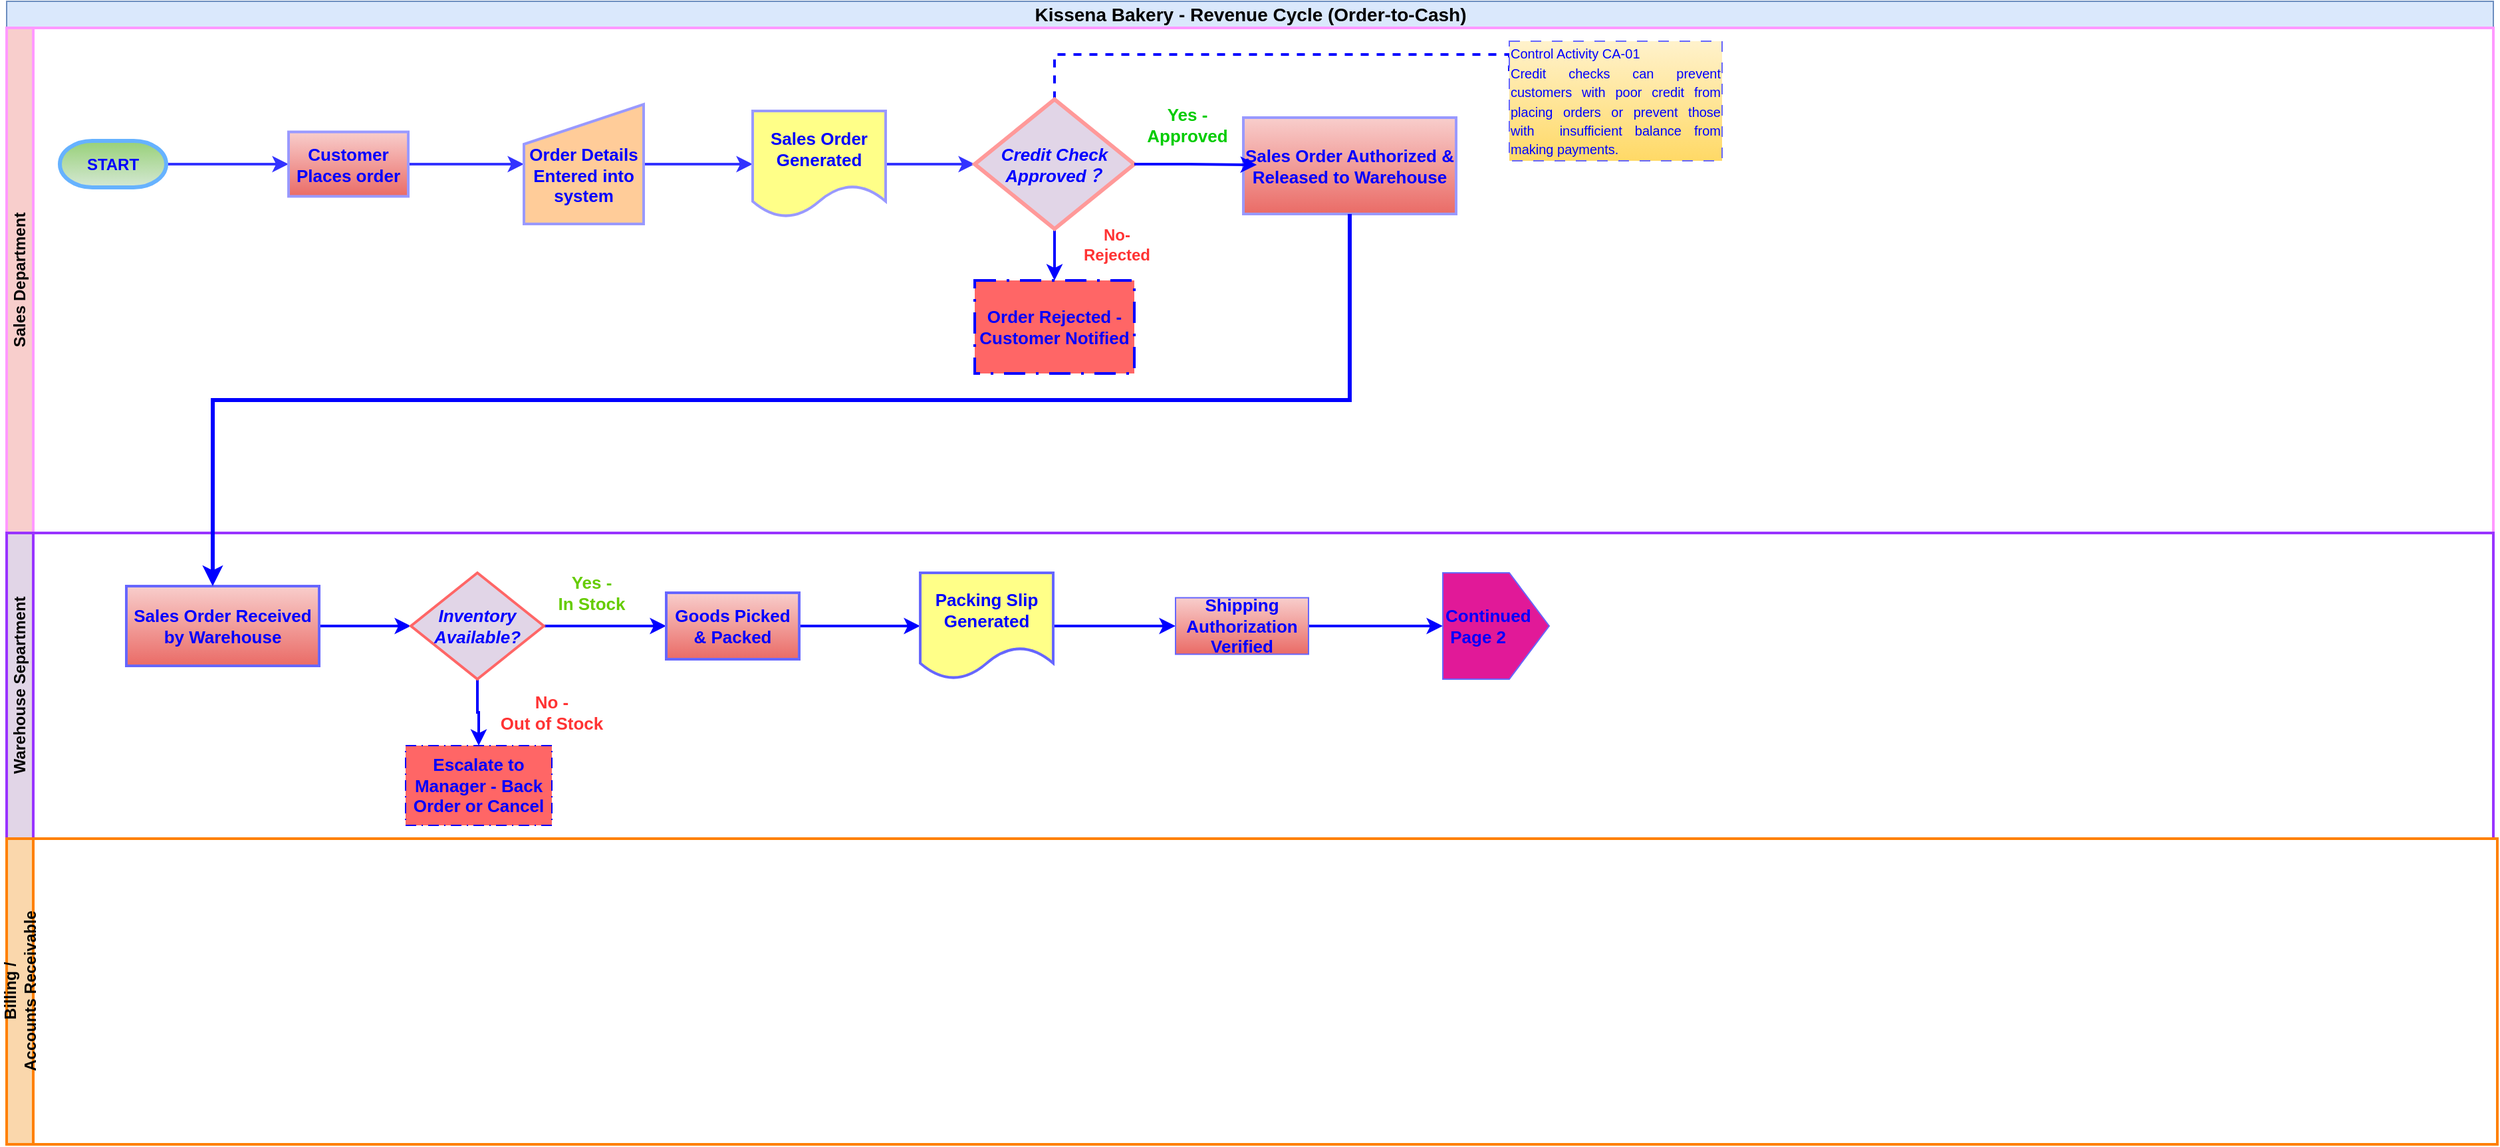
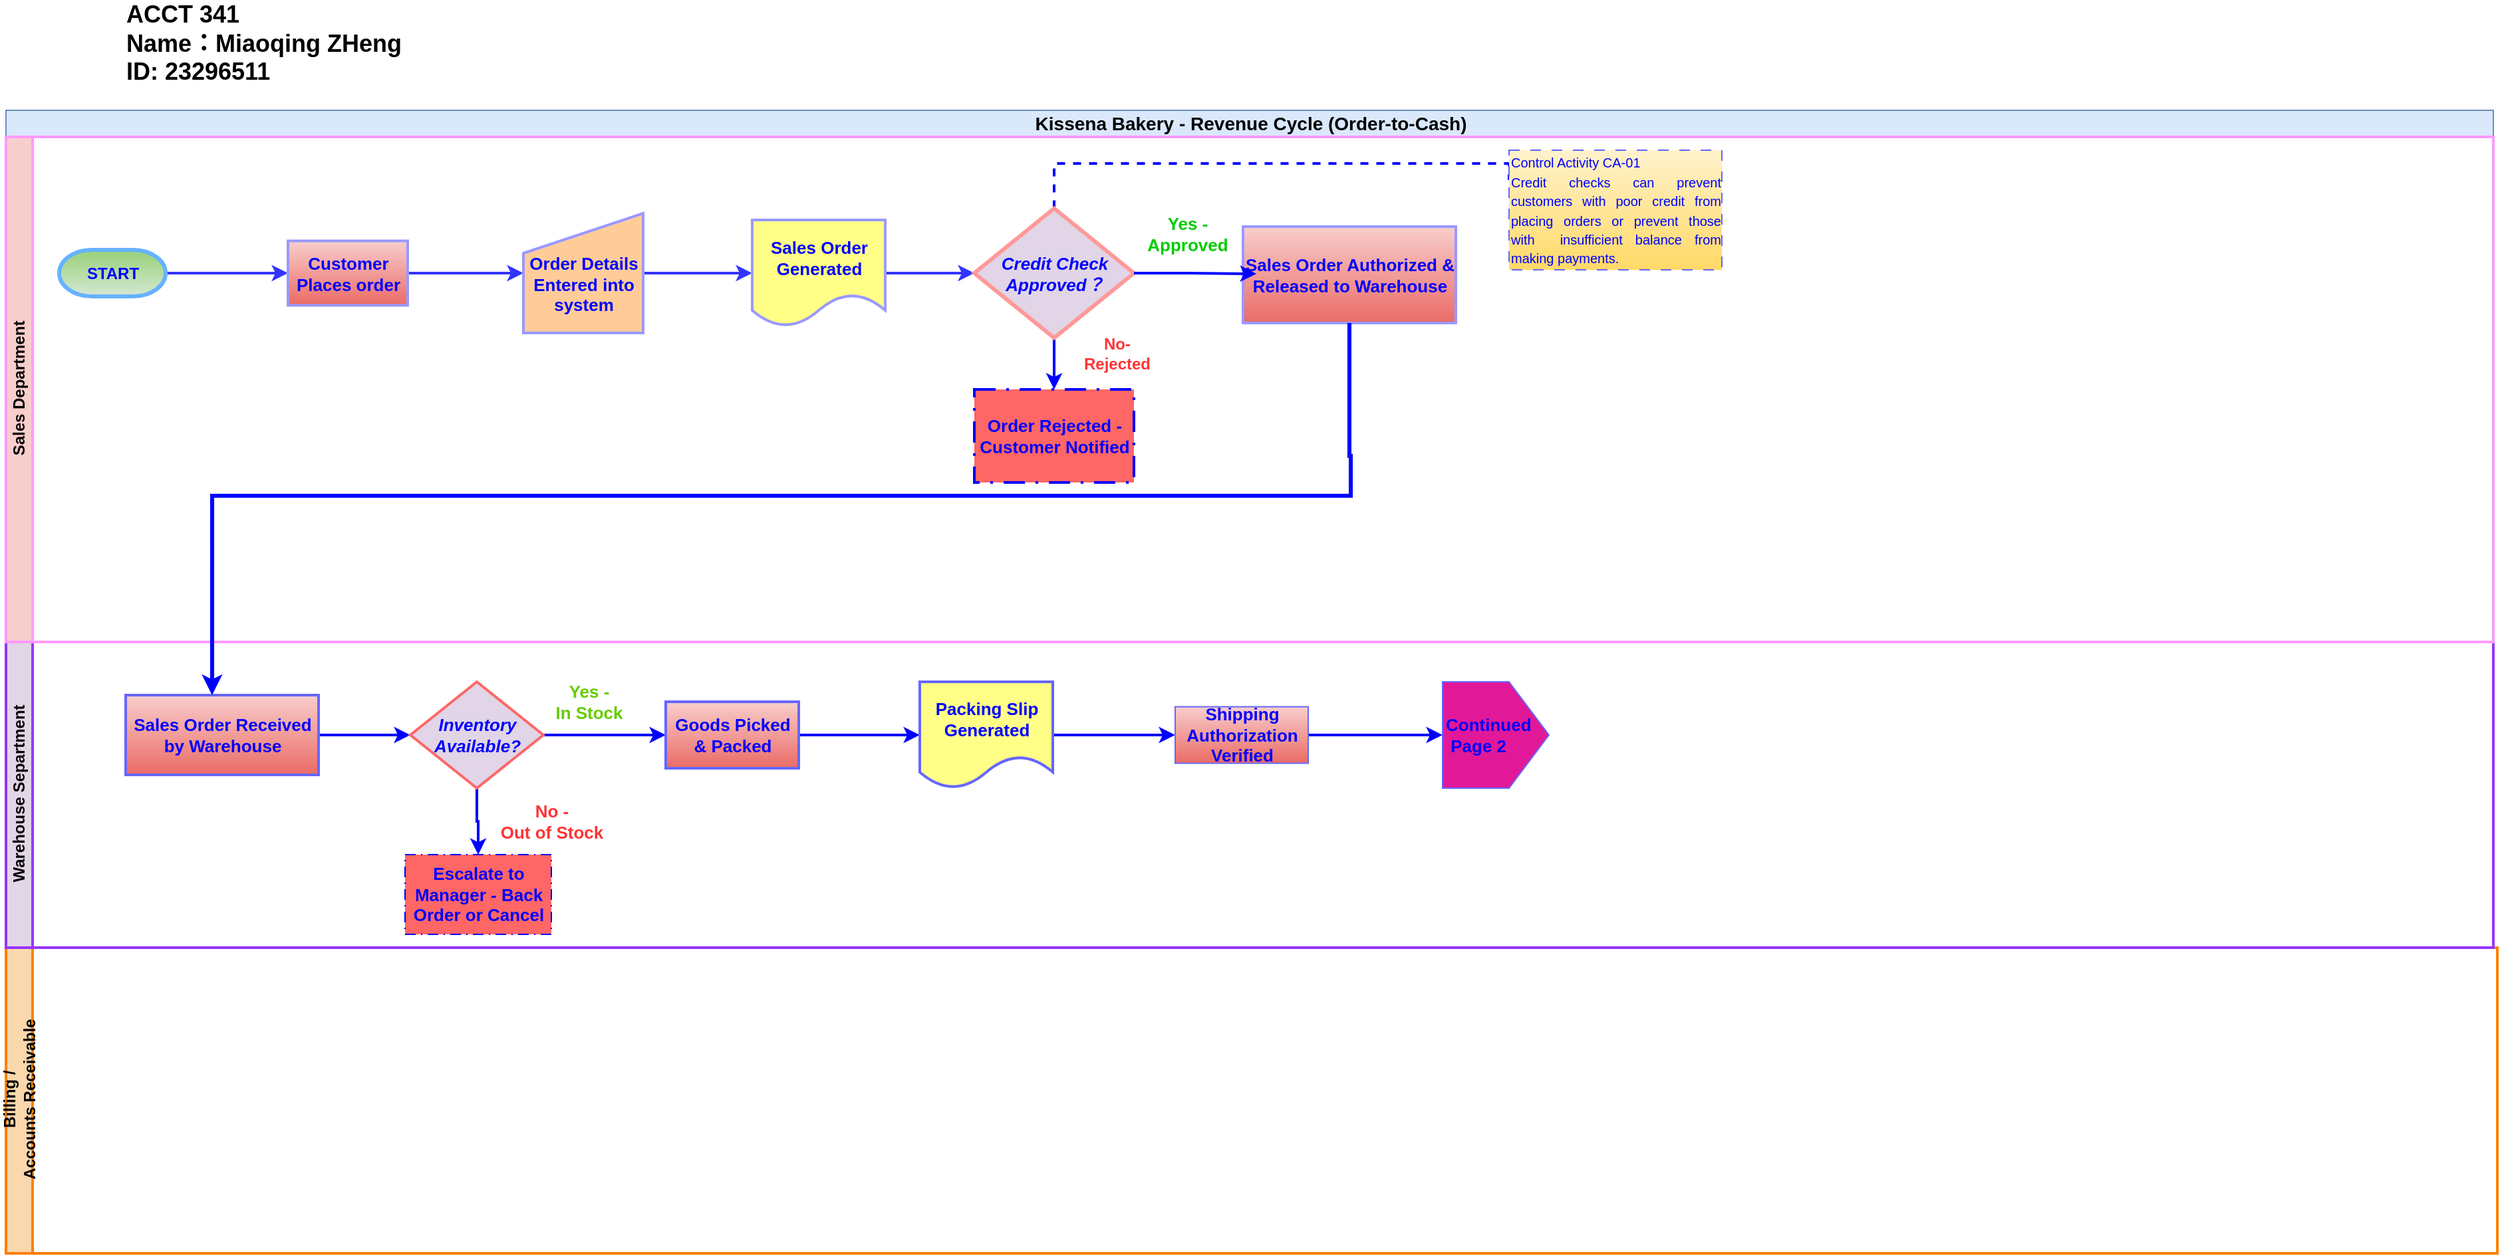
- <mxfile host="app.diagrams.net" agent="Mozilla/5.0 (Windows NT 10.0; Win64; x64) AppleWebKit/537.36 (KHTML, like Gecko) Chrome/145.0.0.0 Safari/537.36" version="29.6.4" pages="2">
+ <mxfile host="app.diagrams.net" agent="Mozilla/5.0 (Windows NT 10.0; Win64; x64) AppleWebKit/537.36 (KHTML, like Gecko) Chrome/146.0.0.0 Safari/537.36" version="29.6.6" pages="2">
  <diagram name="Page-1" id="klMabU_GDppZGB9yFFRy">
-     <mxGraphModel dx="2431" dy="874" grid="1" gridSize="10" guides="1" tooltips="1" connect="1" arrows="1" fold="1" page="1" pageScale="1" pageWidth="1100" pageHeight="850" math="0" shadow="0">
+     <mxGraphModel dx="2755" dy="991" grid="1" gridSize="10" guides="1" tooltips="1" connect="1" arrows="1" fold="1" page="1" pageScale="1" pageWidth="1100" pageHeight="850" math="0" shadow="0">
      <root>
        <mxCell id="0" />
        <mxCell id="1" parent="0" />
        <mxCell id="0vQu63eh7_hz7IOFjZfk-1" parent="1" style="swimlane;childLayout=stackLayout;resizeParent=1;resizeParentMax=0;horizontal=1;startSize=20;horizontalStack=0;html=1;fillColor=#dae8fc;strokeColor=#6c8ebf;" value="&lt;div style=&quot;text-align: start;&quot;&gt;&lt;font style=&quot;font-size: 14px;&quot;&gt;Kissena Bakery - Revenue Cycle (Order-to-Cash)&lt;/font&gt;&lt;/div&gt;" vertex="1">
-           <mxGeometry height="20" width="1870" x="80" y="30" as="geometry" />
-         </mxCell>
-         <mxCell id="0vQu63eh7_hz7IOFjZfk-2" parent="1" style="swimlane;startSize=20;horizontal=0;html=1;fillColor=#f8cecc;strokeColor=#FF99FF;strokeWidth=2;" value="Sales Department" vertex="1">
-           <mxGeometry height="380" width="1870" x="80" y="50" as="geometry">
+           <mxGeometry height="20" width="1870" x="81.5" y="130" as="geometry" />
+         </mxCell>
+         <mxCell id="0vQu63eh7_hz7IOFjZfk-4" parent="1" style="swimlane;startSize=20;horizontal=0;html=1;fillColor=#fad7ac;strokeColor=#FF8000;strokeWidth=2;" value="Billing /&lt;br&gt;Accounts Receivable" vertex="1">
+           <mxGeometry height="230" width="1873" x="81.5" y="760" as="geometry">
+             <mxRectangle height="30" width="500" y="310" as="alternateBounds" />
+           </mxGeometry>
+         </mxCell>
+         <mxCell id="0YdZOAwKbOOHbmaocjk8-1" parent="1" style="text;html=1;whiteSpace=wrap;strokeColor=none;fillColor=none;align=left;verticalAlign=middle;rounded=0;fontSize=18;fontStyle=1" value="&lt;div&gt;ACCT 341&lt;/div&gt;Name：Miaoqing ZHeng&lt;div&gt;ID: 23296511&lt;/div&gt;" vertex="1">
+           <mxGeometry height="60" width="329" x="170" y="50" as="geometry" />
+         </mxCell>
+         <mxCell id="0vQu63eh7_hz7IOFjZfk-3" parent="1" style="swimlane;startSize=20;horizontal=0;html=1;fillColor=#e1d5e7;strokeColor=#9933FF;strokeWidth=2;" value="Warehouse Separtment" vertex="1">
+           <mxGeometry height="230" width="1870" x="81.5" y="530" as="geometry" />
+         </mxCell>
+         <mxCell id="pGH0SQg9JUakCyH8bkGQ-32" edge="1" parent="0vQu63eh7_hz7IOFjZfk-3" source="0vQu63eh7_hz7IOFjZfk-73" style="edgeStyle=orthogonalEdgeStyle;rounded=0;orthogonalLoop=1;jettySize=auto;html=1;exitX=1;exitY=0.5;exitDx=0;exitDy=0;entryX=0;entryY=0.5;entryDx=0;entryDy=0;strokeColor=#0000FF;strokeWidth=2;" target="0vQu63eh7_hz7IOFjZfk-92">
+           <mxGeometry relative="1" as="geometry" />
+         </mxCell>
+         <mxCell id="0vQu63eh7_hz7IOFjZfk-73" parent="0vQu63eh7_hz7IOFjZfk-3" style="html=1;dashed=0;whiteSpace=wrap;fillColor=#f8cecc;gradientColor=#ea6b66;strokeColor=#6666FF;strokeWidth=2;" value="&lt;font style=&quot;font-size: 13px; color: rgb(0, 0, 255);&quot;&gt;&lt;b&gt;Sales Order Received by Warehouse&lt;/b&gt;&lt;/font&gt;" vertex="1">
+           <mxGeometry height="60" width="145" x="90" y="40" as="geometry" />
+         </mxCell>
+         <mxCell id="pGH0SQg9JUakCyH8bkGQ-31" edge="1" parent="0vQu63eh7_hz7IOFjZfk-3" source="0vQu63eh7_hz7IOFjZfk-92" style="edgeStyle=orthogonalEdgeStyle;rounded=0;orthogonalLoop=1;jettySize=auto;html=1;exitX=1;exitY=0.5;exitDx=0;exitDy=0;entryX=0;entryY=0.5;entryDx=0;entryDy=0;strokeColor=#0000FF;strokeWidth=2;" target="0vQu63eh7_hz7IOFjZfk-106">
+           <mxGeometry relative="1" as="geometry" />
+         </mxCell>
+         <mxCell id="pGH0SQg9JUakCyH8bkGQ-34" edge="1" parent="0vQu63eh7_hz7IOFjZfk-3" source="0vQu63eh7_hz7IOFjZfk-92" style="edgeStyle=orthogonalEdgeStyle;rounded=0;orthogonalLoop=1;jettySize=auto;html=1;exitX=0.5;exitY=1;exitDx=0;exitDy=0;entryX=0.5;entryY=0;entryDx=0;entryDy=0;strokeColor=#0000FF;strokeWidth=2;" target="0vQu63eh7_hz7IOFjZfk-96">
+           <mxGeometry relative="1" as="geometry" />
+         </mxCell>
+         <mxCell id="0vQu63eh7_hz7IOFjZfk-92" parent="0vQu63eh7_hz7IOFjZfk-3" style="rhombus;whiteSpace=wrap;html=1;fillColor=#e1d5e7;strokeColor=light-dark(#FF6666,#FF3333);strokeWidth=2;" value="&lt;font style=&quot;font-size: 13px; color: rgb(0, 0, 255);&quot;&gt;&lt;b&gt;&lt;i&gt;Inventory Available?&lt;/i&gt;&lt;/b&gt;&lt;/font&gt;" vertex="1">
+           <mxGeometry height="80" width="100" x="304" y="30" as="geometry" />
+         </mxCell>
+         <mxCell id="0vQu63eh7_hz7IOFjZfk-96" parent="0vQu63eh7_hz7IOFjZfk-3" style="html=1;dashed=1;whiteSpace=wrap;fillColor=#FF6666;strokeColor=#0000FF;fontColor=#ffffff;dashPattern=8 4 1 4;" value="&lt;b&gt;&lt;font style=&quot;font-size: 13px; color: rgb(0, 0, 255);&quot;&gt;Escalate to Manager - Back Order or Cancel&lt;/font&gt;&lt;/b&gt;" vertex="1">
+           <mxGeometry height="60" width="110" x="300" y="160" as="geometry" />
+         </mxCell>
+         <mxCell id="46-Umk2mzS9Czotzx1H9-6" edge="1" parent="0vQu63eh7_hz7IOFjZfk-3" source="0vQu63eh7_hz7IOFjZfk-106" style="edgeStyle=orthogonalEdgeStyle;rounded=0;orthogonalLoop=1;jettySize=auto;html=1;exitX=1;exitY=0.5;exitDx=0;exitDy=0;entryX=0;entryY=0.5;entryDx=0;entryDy=0;strokeColor=#0000FF;strokeWidth=2;" target="0vQu63eh7_hz7IOFjZfk-110">
+           <mxGeometry relative="1" as="geometry" />
+         </mxCell>
+         <mxCell id="0vQu63eh7_hz7IOFjZfk-106" parent="0vQu63eh7_hz7IOFjZfk-3" style="html=1;dashed=0;whiteSpace=wrap;strokeWidth=2;fillColor=#f8cecc;gradientColor=#ea6b66;strokeColor=#6666FF;" value="&lt;font style=&quot;font-size: 13px; color: rgb(0, 0, 255);&quot;&gt;&lt;b&gt;Goods Picked &amp;amp; Packed&lt;/b&gt;&lt;/font&gt;" vertex="1">
+           <mxGeometry height="50" width="100" x="496" y="45" as="geometry" />
+         </mxCell>
+         <mxCell id="46-Umk2mzS9Czotzx1H9-8" edge="1" parent="0vQu63eh7_hz7IOFjZfk-3" source="0vQu63eh7_hz7IOFjZfk-110" style="edgeStyle=orthogonalEdgeStyle;rounded=0;orthogonalLoop=1;jettySize=auto;html=1;exitX=1;exitY=0.5;exitDx=0;exitDy=0;entryX=0;entryY=0.5;entryDx=0;entryDy=0;strokeColor=#0000FF;strokeWidth=2;" target="0vQu63eh7_hz7IOFjZfk-112">
+           <mxGeometry relative="1" as="geometry" />
+         </mxCell>
+         <mxCell id="0vQu63eh7_hz7IOFjZfk-110" parent="0vQu63eh7_hz7IOFjZfk-3" style="shape=document;whiteSpace=wrap;html=1;boundedLbl=1;strokeWidth=2;fillColor=#ffff88;strokeColor=#6666FF;" value="&lt;font style=&quot;font-size: 13px; color: rgb(0, 0, 255);&quot;&gt;&lt;b&gt;Packing Slip Generated&lt;/b&gt;&lt;/font&gt;" vertex="1">
+           <mxGeometry height="80" width="100" x="687" y="30" as="geometry" />
+         </mxCell>
+         <mxCell id="G1smnQENkRiUrPdJOTDi-2" edge="1" parent="0vQu63eh7_hz7IOFjZfk-3" source="0vQu63eh7_hz7IOFjZfk-112" style="edgeStyle=orthogonalEdgeStyle;rounded=0;orthogonalLoop=1;jettySize=auto;html=1;exitX=1;exitY=0.5;exitDx=0;exitDy=0;entryX=0.5;entryY=0;entryDx=0;entryDy=0;strokeColor=#0000FF;strokeWidth=2;" target="G1smnQENkRiUrPdJOTDi-1">
+           <mxGeometry relative="1" as="geometry" />
+         </mxCell>
+         <mxCell id="0vQu63eh7_hz7IOFjZfk-112" parent="0vQu63eh7_hz7IOFjZfk-3" style="html=1;dashed=0;whiteSpace=wrap;strokeColor=#6666FF;fillColor=#f8cecc;gradientColor=#ea6b66;fontStyle=1" value="&lt;font style=&quot;font-size: 13px; color: rgb(0, 0, 255);&quot;&gt;Shipping Authorization Verified&lt;/font&gt;" vertex="1">
+           <mxGeometry height="42.5" width="100" x="879" y="48.75" as="geometry" />
+         </mxCell>
+         <mxCell id="0vQu63eh7_hz7IOFjZfk-98" parent="0vQu63eh7_hz7IOFjZfk-3" style="text;html=1;whiteSpace=wrap;strokeColor=none;fillColor=none;align=center;verticalAlign=middle;rounded=0;fontColor=#FF3333;" value="&lt;font style=&quot;font-size: 13px;&quot;&gt;&lt;b&gt;No - &lt;br&gt;Out of Stock&lt;/b&gt;&lt;/font&gt;" vertex="1">
+           <mxGeometry height="30" width="80" x="370" y="120" as="geometry" />
+         </mxCell>
+         <mxCell id="G1smnQENkRiUrPdJOTDi-1" parent="0vQu63eh7_hz7IOFjZfk-3" style="shape=offPageConnector;whiteSpace=wrap;html=1;direction=north;strokeColor=#6666FF;fillColor=#E11998;align=left;" value="&lt;b style=&quot;color: rgb(0, 0, 255); font-size: 13px; text-wrap-mode: nowrap;&quot;&gt;Continued&lt;br&gt;&amp;nbsp;Page 2&lt;/b&gt;" vertex="1">
+           <mxGeometry height="80" width="80" x="1080" y="30" as="geometry" />
+         </mxCell>
+         <mxCell id="0vQu63eh7_hz7IOFjZfk-2" parent="0vQu63eh7_hz7IOFjZfk-3" style="swimlane;startSize=20;horizontal=0;html=1;fillColor=#f8cecc;strokeColor=#FF99FF;strokeWidth=2;" value="Sales Department" vertex="1">
+           <mxGeometry height="380" width="1870" y="-380" as="geometry">
            <mxRectangle height="30" width="610" y="20" as="alternateBounds" />
          </mxGeometry>
        </mxCell>
        <mxCell id="0vQu63eh7_hz7IOFjZfk-43" edge="1" parent="0vQu63eh7_hz7IOFjZfk-2" source="0vQu63eh7_hz7IOFjZfk-10" style="edgeStyle=orthogonalEdgeStyle;rounded=0;orthogonalLoop=1;jettySize=auto;html=1;exitX=0;exitY=0.5;exitDx=0;exitDy=0;exitPerimeter=0;entryX=0;entryY=0.5;entryDx=0;entryDy=0;strokeColor=#3333FF;strokeWidth=2;" target="0vQu63eh7_hz7IOFjZfk-15">
          <mxGeometry relative="1" as="geometry" />
        </mxCell>
        <mxCell id="0vQu63eh7_hz7IOFjZfk-10" parent="0vQu63eh7_hz7IOFjZfk-2" style="strokeWidth=3;html=1;shape=mxgraph.flowchart.terminator;whiteSpace=wrap;direction=west;fillColor=#d5e8d4;gradientColor=#97d077;strokeColor=#66B2FF;" value="&lt;b&gt;&lt;font style=&quot;color: rgb(0, 0, 255);&quot;&gt;START&lt;/font&gt;&lt;/b&gt;" vertex="1">
          <mxGeometry height="35" width="80" x="40" y="85" as="geometry" />
        </mxCell>
        <mxCell id="46-Umk2mzS9Czotzx1H9-2" edge="1" parent="0vQu63eh7_hz7IOFjZfk-2" source="0vQu63eh7_hz7IOFjZfk-15" style="edgeStyle=orthogonalEdgeStyle;rounded=0;orthogonalLoop=1;jettySize=auto;html=1;exitX=1;exitY=0.5;exitDx=0;exitDy=0;entryX=0;entryY=0.5;entryDx=0;entryDy=0;strokeColor=#3333FF;strokeWidth=2;" target="0vQu63eh7_hz7IOFjZfk-20">
          <mxGeometry relative="1" as="geometry" />
        </mxCell>
        <mxCell id="0vQu63eh7_hz7IOFjZfk-15" parent="0vQu63eh7_hz7IOFjZfk-2" style="html=1;dashed=0;whiteSpace=wrap;strokeWidth=2;fillColor=#f8cecc;strokeColor=#9999FF;gradientColor=#ea6b66;" value="&lt;font style=&quot;font-size: 13px; color: rgb(0, 0, 255);&quot;&gt;&lt;b style=&quot;&quot;&gt;Customer Places order&lt;/b&gt;&lt;/font&gt;" vertex="1">
          <mxGeometry height="48.5" width="90" x="212" y="78.25" as="geometry" />
        </mxCell>
        <mxCell id="46-Umk2mzS9Czotzx1H9-3" edge="1" parent="0vQu63eh7_hz7IOFjZfk-2" source="0vQu63eh7_hz7IOFjZfk-20" style="edgeStyle=orthogonalEdgeStyle;rounded=0;orthogonalLoop=1;jettySize=auto;html=1;exitX=1;exitY=0.5;exitDx=0;exitDy=0;entryX=0;entryY=0.5;entryDx=0;entryDy=0;strokeColor=#3333FF;strokeWidth=2;" target="0vQu63eh7_hz7IOFjZfk-30">
          <mxGeometry relative="1" as="geometry" />
        </mxCell>
        <mxCell id="0vQu63eh7_hz7IOFjZfk-20" parent="0vQu63eh7_hz7IOFjZfk-2" style="shape=manualInput;whiteSpace=wrap;html=1;align=center;fillColor=#ffcc99;strokeColor=#9999FF;strokeWidth=2;" value="&lt;div style=&quot;&quot;&gt;&lt;span style=&quot;background-color: transparent;&quot;&gt;&lt;b style=&quot;&quot;&gt;&lt;font style=&quot;font-size: 13px; color: rgb(0, 0, 255);&quot;&gt;&lt;br&gt;&lt;/font&gt;&lt;/b&gt;&lt;/span&gt;&lt;/div&gt;&lt;div style=&quot;&quot;&gt;&lt;span style=&quot;background-color: transparent;&quot;&gt;&lt;b style=&quot;&quot;&gt;&lt;font style=&quot;font-size: 13px; color: rgb(0, 0, 255);&quot;&gt;Order Details Entered into system&lt;/font&gt;&lt;/b&gt;&lt;/span&gt;&lt;/div&gt;" vertex="1">
          <mxGeometry height="90" width="90" x="389" y="57.5" as="geometry" />
        </mxCell>
        <mxCell id="0vQu63eh7_hz7IOFjZfk-35" edge="1" parent="0vQu63eh7_hz7IOFjZfk-2" style="edgeStyle=orthogonalEdgeStyle;rounded=0;orthogonalLoop=1;jettySize=auto;html=1;exitX=0;exitY=0.5;exitDx=0;exitDy=0;">
          <mxGeometry relative="1" as="geometry">
            <mxPoint x="410" y="105" as="sourcePoint" />
            <mxPoint x="410" y="105" as="targetPoint" />
          </mxGeometry>
        </mxCell>
        <mxCell id="46-Umk2mzS9Czotzx1H9-4" edge="1" parent="0vQu63eh7_hz7IOFjZfk-2" source="0vQu63eh7_hz7IOFjZfk-30" style="edgeStyle=orthogonalEdgeStyle;rounded=0;orthogonalLoop=1;jettySize=auto;html=1;exitX=1;exitY=0.5;exitDx=0;exitDy=0;entryX=0;entryY=0.5;entryDx=0;entryDy=0;strokeColor=#3333FF;strokeWidth=2;" target="0vQu63eh7_hz7IOFjZfk-34">
          <mxGeometry relative="1" as="geometry" />
        </mxCell>
        <mxCell id="0vQu63eh7_hz7IOFjZfk-30" parent="0vQu63eh7_hz7IOFjZfk-2" style="shape=document;whiteSpace=wrap;html=1;boundedLbl=1;strokeWidth=2;fillColor=#ffff88;strokeColor=#9999FF;" value="&lt;font style=&quot;font-size: 13px; color: rgb(0, 0, 255);&quot;&gt;&lt;b&gt;Sales Order Generated&lt;/b&gt;&lt;/font&gt;" vertex="1">
          <mxGeometry height="80" width="100" x="561" y="62.5" as="geometry" />
        </mxCell>
        <mxCell id="pGH0SQg9JUakCyH8bkGQ-28" edge="1" parent="0vQu63eh7_hz7IOFjZfk-2" source="0vQu63eh7_hz7IOFjZfk-34" style="edgeStyle=orthogonalEdgeStyle;rounded=0;orthogonalLoop=1;jettySize=auto;html=1;exitX=0.5;exitY=0;exitDx=0;exitDy=0;entryX=0;entryY=0.25;entryDx=0;entryDy=0;endArrow=none;endFill=0;dashed=1;strokeWidth=2;strokeColor=#0000FF;" target="pGH0SQg9JUakCyH8bkGQ-23">
          <mxGeometry relative="1" as="geometry">
            <Array as="points">
              <mxPoint x="788" y="20" />
              <mxPoint x="1130" y="20" />
            </Array>
          </mxGeometry>
        </mxCell>
        <mxCell id="DywWvH4VDf4e1SjyT3sU-2" edge="1" parent="0vQu63eh7_hz7IOFjZfk-2" source="0vQu63eh7_hz7IOFjZfk-34" style="edgeStyle=orthogonalEdgeStyle;rounded=0;orthogonalLoop=1;jettySize=auto;html=1;exitX=0.5;exitY=1;exitDx=0;exitDy=0;entryX=0.5;entryY=0;entryDx=0;entryDy=0;strokeColor=#0000FF;strokeWidth=2;" target="0vQu63eh7_hz7IOFjZfk-65">
          <mxGeometry relative="1" as="geometry" />
        </mxCell>
        <mxCell id="0vQu63eh7_hz7IOFjZfk-34" parent="0vQu63eh7_hz7IOFjZfk-2" style="rhombus;whiteSpace=wrap;html=1;fillColor=#e1d5e7;strokeColor=#FF9999;strokeWidth=3;" value="&lt;font style=&quot;font-size: 13px; color: rgb(0, 0, 255);&quot;&gt;&lt;b&gt;&lt;i&gt;Credit Check Approved？&lt;/i&gt;&lt;/b&gt;&lt;/font&gt;" vertex="1">
          <mxGeometry height="97.5" width="120" x="728" y="53.75" as="geometry" />
        </mxCell>
        <mxCell id="0vQu63eh7_hz7IOFjZfk-60" parent="0vQu63eh7_hz7IOFjZfk-2" style="text;html=1;whiteSpace=wrap;strokeColor=none;fillColor=none;align=center;verticalAlign=middle;rounded=0;fontColor=#00CC00;" value="&lt;font style=&quot;font-size: 13px;&quot;&gt;&lt;b style=&quot;&quot;&gt;Yes - Approved&lt;/b&gt;&lt;/font&gt;" vertex="1">
          <mxGeometry height="30" width="80" x="848" y="57.5" as="geometry" />
        </mxCell>
        <mxCell id="0vQu63eh7_hz7IOFjZfk-65" parent="0vQu63eh7_hz7IOFjZfk-2" style="html=1;dashed=1;whiteSpace=wrap;strokeWidth=2;fillColor=light-dark(#FF6666,#FF3333);strokeColor=#0000FF;fontColor=#ffffff;fontStyle=1;dashPattern=8 4 1 4;" value="&lt;font style=&quot;font-size: 13px; color: rgb(0, 0, 255);&quot;&gt;Order Rejected - Customer Notified&lt;/font&gt;" vertex="1">
          <mxGeometry height="70" width="120" x="728" y="190" as="geometry" />
        </mxCell>
        <mxCell id="0vQu63eh7_hz7IOFjZfk-67" parent="0vQu63eh7_hz7IOFjZfk-2" style="html=1;dashed=0;whiteSpace=wrap;fillColor=#f8cecc;gradientColor=#ea6b66;strokeColor=#9999FF;strokeWidth=2;" value="&lt;font style=&quot;font-size: 13px; color: rgb(0, 0, 255);&quot;&gt;&lt;b&gt;Sales Order Authorized &amp;amp; Released to Warehouse&lt;/b&gt;&lt;/font&gt;" vertex="1">
          <mxGeometry height="72.5" width="160" x="930" y="67.5" as="geometry" />
        </mxCell>
        <mxCell id="pGH0SQg9JUakCyH8bkGQ-23" parent="0vQu63eh7_hz7IOFjZfk-2" style="html=1;dashed=1;whiteSpace=wrap;dashPattern=8 8;fillColor=#fff2cc;gradientColor=#ffd966;strokeColor=light-dark(#6666FF,#6D5100);strokeWidth=1;" value="&lt;div style=&quot;text-align: justify;&quot;&gt;&lt;span style=&quot;font-size: 10px; background-color: transparent;&quot;&gt;&lt;font style=&quot;color: rgb(0, 0, 255);&quot;&gt;Control Activity&amp;nbsp;CA-01&lt;/font&gt;&lt;/span&gt;&lt;/div&gt;&lt;font style=&quot;color: rgb(0, 0, 255);&quot;&gt;&lt;div style=&quot;text-align: justify;&quot;&gt;&lt;span style=&quot;font-size: 10px; background-color: transparent;&quot;&gt;Credit checks can prevent customers with poor credit from placing orders or prevent those with&amp;nbsp; insufficient balance from making payments.&lt;/span&gt;&lt;/div&gt;&lt;/font&gt;" vertex="1">
          <mxGeometry height="90" width="160" x="1130" y="10" as="geometry" />
        </mxCell>
        <mxCell id="DywWvH4VDf4e1SjyT3sU-3" parent="0vQu63eh7_hz7IOFjZfk-2" style="text;html=1;whiteSpace=wrap;strokeColor=none;fillColor=none;align=center;verticalAlign=middle;rounded=0;fontSize=12;fontStyle=1;fontColor=#FF3333;" value="&lt;span&gt;&lt;font style=&quot;&quot;&gt;No-Rejected&lt;/font&gt;&lt;/span&gt;" vertex="1">
          <mxGeometry height="30" width="70" x="800" y="147.5" as="geometry" />
        </mxCell>
        <mxCell id="G1smnQENkRiUrPdJOTDi-3" edge="1" parent="0vQu63eh7_hz7IOFjZfk-2" source="0vQu63eh7_hz7IOFjZfk-34" style="edgeStyle=orthogonalEdgeStyle;rounded=0;orthogonalLoop=1;jettySize=auto;html=1;exitX=1;exitY=0.5;exitDx=0;exitDy=0;entryX=0.063;entryY=0.49;entryDx=0;entryDy=0;entryPerimeter=0;strokeColor=#0000FF;strokeWidth=2;" target="0vQu63eh7_hz7IOFjZfk-67">
          <mxGeometry relative="1" as="geometry" />
        </mxCell>
-         <mxCell id="0vQu63eh7_hz7IOFjZfk-3" parent="1" style="swimlane;startSize=20;horizontal=0;html=1;fillColor=#e1d5e7;strokeColor=#9933FF;strokeWidth=2;" value="Warehouse Separtment" vertex="1">
-           <mxGeometry height="230" width="1870" x="80" y="430" as="geometry" />
-         </mxCell>
-         <mxCell id="pGH0SQg9JUakCyH8bkGQ-32" edge="1" parent="0vQu63eh7_hz7IOFjZfk-3" source="0vQu63eh7_hz7IOFjZfk-73" style="edgeStyle=orthogonalEdgeStyle;rounded=0;orthogonalLoop=1;jettySize=auto;html=1;exitX=1;exitY=0.5;exitDx=0;exitDy=0;entryX=0;entryY=0.5;entryDx=0;entryDy=0;strokeColor=#0000FF;strokeWidth=2;" target="0vQu63eh7_hz7IOFjZfk-92">
-           <mxGeometry relative="1" as="geometry" />
-         </mxCell>
-         <mxCell id="0vQu63eh7_hz7IOFjZfk-73" parent="0vQu63eh7_hz7IOFjZfk-3" style="html=1;dashed=0;whiteSpace=wrap;fillColor=#f8cecc;gradientColor=#ea6b66;strokeColor=#6666FF;strokeWidth=2;" value="&lt;font style=&quot;font-size: 13px; color: rgb(0, 0, 255);&quot;&gt;&lt;b&gt;Sales Order Received by Warehouse&lt;/b&gt;&lt;/font&gt;" vertex="1">
-           <mxGeometry height="60" width="145" x="90" y="40" as="geometry" />
-         </mxCell>
-         <mxCell id="pGH0SQg9JUakCyH8bkGQ-31" edge="1" parent="0vQu63eh7_hz7IOFjZfk-3" source="0vQu63eh7_hz7IOFjZfk-92" style="edgeStyle=orthogonalEdgeStyle;rounded=0;orthogonalLoop=1;jettySize=auto;html=1;exitX=1;exitY=0.5;exitDx=0;exitDy=0;entryX=0;entryY=0.5;entryDx=0;entryDy=0;strokeColor=#0000FF;strokeWidth=2;" target="0vQu63eh7_hz7IOFjZfk-106">
-           <mxGeometry relative="1" as="geometry" />
-         </mxCell>
-         <mxCell id="pGH0SQg9JUakCyH8bkGQ-34" edge="1" parent="0vQu63eh7_hz7IOFjZfk-3" source="0vQu63eh7_hz7IOFjZfk-92" style="edgeStyle=orthogonalEdgeStyle;rounded=0;orthogonalLoop=1;jettySize=auto;html=1;exitX=0.5;exitY=1;exitDx=0;exitDy=0;entryX=0.5;entryY=0;entryDx=0;entryDy=0;strokeColor=#0000FF;strokeWidth=2;" target="0vQu63eh7_hz7IOFjZfk-96">
-           <mxGeometry relative="1" as="geometry" />
-         </mxCell>
-         <mxCell id="0vQu63eh7_hz7IOFjZfk-92" parent="0vQu63eh7_hz7IOFjZfk-3" style="rhombus;whiteSpace=wrap;html=1;fillColor=#e1d5e7;strokeColor=light-dark(#FF6666,#FF3333);strokeWidth=2;" value="&lt;font style=&quot;font-size: 13px; color: rgb(0, 0, 255);&quot;&gt;&lt;b&gt;&lt;i&gt;Inventory Available?&lt;/i&gt;&lt;/b&gt;&lt;/font&gt;" vertex="1">
-           <mxGeometry height="80" width="100" x="304" y="30" as="geometry" />
-         </mxCell>
-         <mxCell id="0vQu63eh7_hz7IOFjZfk-96" parent="0vQu63eh7_hz7IOFjZfk-3" style="html=1;dashed=1;whiteSpace=wrap;fillColor=#FF6666;strokeColor=#0000FF;fontColor=#ffffff;dashPattern=8 4 1 4;" value="&lt;b&gt;&lt;font style=&quot;font-size: 13px; color: rgb(0, 0, 255);&quot;&gt;Escalate to Manager - Back Order or Cancel&lt;/font&gt;&lt;/b&gt;" vertex="1">
-           <mxGeometry height="60" width="110" x="300" y="160" as="geometry" />
-         </mxCell>
-         <mxCell id="46-Umk2mzS9Czotzx1H9-6" edge="1" parent="0vQu63eh7_hz7IOFjZfk-3" source="0vQu63eh7_hz7IOFjZfk-106" style="edgeStyle=orthogonalEdgeStyle;rounded=0;orthogonalLoop=1;jettySize=auto;html=1;exitX=1;exitY=0.5;exitDx=0;exitDy=0;entryX=0;entryY=0.5;entryDx=0;entryDy=0;strokeColor=#0000FF;strokeWidth=2;" target="0vQu63eh7_hz7IOFjZfk-110">
-           <mxGeometry relative="1" as="geometry" />
-         </mxCell>
-         <mxCell id="0vQu63eh7_hz7IOFjZfk-106" parent="0vQu63eh7_hz7IOFjZfk-3" style="html=1;dashed=0;whiteSpace=wrap;strokeWidth=2;fillColor=#f8cecc;gradientColor=#ea6b66;strokeColor=#6666FF;" value="&lt;font style=&quot;font-size: 13px; color: rgb(0, 0, 255);&quot;&gt;&lt;b&gt;Goods Picked &amp;amp; Packed&lt;/b&gt;&lt;/font&gt;" vertex="1">
-           <mxGeometry height="50" width="100" x="496" y="45" as="geometry" />
-         </mxCell>
-         <mxCell id="46-Umk2mzS9Czotzx1H9-8" edge="1" parent="0vQu63eh7_hz7IOFjZfk-3" source="0vQu63eh7_hz7IOFjZfk-110" style="edgeStyle=orthogonalEdgeStyle;rounded=0;orthogonalLoop=1;jettySize=auto;html=1;exitX=1;exitY=0.5;exitDx=0;exitDy=0;entryX=0;entryY=0.5;entryDx=0;entryDy=0;strokeColor=#0000FF;strokeWidth=2;" target="0vQu63eh7_hz7IOFjZfk-112">
-           <mxGeometry relative="1" as="geometry" />
-         </mxCell>
-         <mxCell id="0vQu63eh7_hz7IOFjZfk-110" parent="0vQu63eh7_hz7IOFjZfk-3" style="shape=document;whiteSpace=wrap;html=1;boundedLbl=1;strokeWidth=2;fillColor=#ffff88;strokeColor=#6666FF;" value="&lt;font style=&quot;font-size: 13px; color: rgb(0, 0, 255);&quot;&gt;&lt;b&gt;Packing Slip Generated&lt;/b&gt;&lt;/font&gt;" vertex="1">
-           <mxGeometry height="80" width="100" x="687" y="30" as="geometry" />
-         </mxCell>
-         <mxCell id="G1smnQENkRiUrPdJOTDi-2" edge="1" parent="0vQu63eh7_hz7IOFjZfk-3" source="0vQu63eh7_hz7IOFjZfk-112" style="edgeStyle=orthogonalEdgeStyle;rounded=0;orthogonalLoop=1;jettySize=auto;html=1;exitX=1;exitY=0.5;exitDx=0;exitDy=0;entryX=0.5;entryY=0;entryDx=0;entryDy=0;strokeColor=#0000FF;strokeWidth=2;" target="G1smnQENkRiUrPdJOTDi-1">
-           <mxGeometry relative="1" as="geometry" />
-         </mxCell>
-         <mxCell id="0vQu63eh7_hz7IOFjZfk-112" parent="0vQu63eh7_hz7IOFjZfk-3" style="html=1;dashed=0;whiteSpace=wrap;strokeColor=#6666FF;fillColor=#f8cecc;gradientColor=#ea6b66;fontStyle=1" value="&lt;font style=&quot;font-size: 13px; color: rgb(0, 0, 255);&quot;&gt;Shipping Authorization Verified&lt;/font&gt;" vertex="1">
-           <mxGeometry height="42.5" width="100" x="879" y="48.75" as="geometry" />
-         </mxCell>
-         <mxCell id="0vQu63eh7_hz7IOFjZfk-98" parent="0vQu63eh7_hz7IOFjZfk-3" style="text;html=1;whiteSpace=wrap;strokeColor=none;fillColor=none;align=center;verticalAlign=middle;rounded=0;fontColor=#FF3333;" value="&lt;font style=&quot;font-size: 13px;&quot;&gt;&lt;b&gt;No - &lt;br&gt;Out of Stock&lt;/b&gt;&lt;/font&gt;" vertex="1">
-           <mxGeometry height="30" width="80" x="370" y="120" as="geometry" />
-         </mxCell>
-         <mxCell id="G1smnQENkRiUrPdJOTDi-1" parent="0vQu63eh7_hz7IOFjZfk-3" style="shape=offPageConnector;whiteSpace=wrap;html=1;direction=north;strokeColor=#6666FF;fillColor=#E11998;align=left;" value="&lt;b style=&quot;color: rgb(0, 0, 255); font-size: 13px; text-wrap-mode: nowrap;&quot;&gt;Continued&lt;br&gt;&amp;nbsp;Page 2&lt;/b&gt;" vertex="1">
-           <mxGeometry height="80" width="80" x="1080" y="30" as="geometry" />
-         </mxCell>
-         <mxCell id="0vQu63eh7_hz7IOFjZfk-86" edge="1" parent="1" source="0vQu63eh7_hz7IOFjZfk-67" style="edgeStyle=orthogonalEdgeStyle;rounded=0;orthogonalLoop=1;jettySize=auto;html=1;exitX=0.5;exitY=1;exitDx=0;exitDy=0;entryX=0.448;entryY=0;entryDx=0;entryDy=0;entryPerimeter=0;fontColor=#0000CC;strokeColor=#0000FF;strokeWidth=3;" target="0vQu63eh7_hz7IOFjZfk-73">
+         <mxCell id="0vQu63eh7_hz7IOFjZfk-86" edge="1" parent="0vQu63eh7_hz7IOFjZfk-3" source="0vQu63eh7_hz7IOFjZfk-67" style="edgeStyle=orthogonalEdgeStyle;rounded=0;orthogonalLoop=1;jettySize=auto;html=1;exitX=0.5;exitY=1;exitDx=0;exitDy=0;entryX=0.448;entryY=0;entryDx=0;entryDy=0;entryPerimeter=0;fontColor=#0000CC;strokeColor=#0000FF;strokeWidth=3;" target="0vQu63eh7_hz7IOFjZfk-73">
          <mxGeometry relative="1" as="geometry">
            <Array as="points">
-               <mxPoint x="1090" y="330" />
-               <mxPoint x="235" y="330" />
+               <mxPoint x="1010" y="-140" />
+               <mxPoint x="1011" y="-110" />
+               <mxPoint x="155" y="-110" />
            </Array>
          </mxGeometry>
        </mxCell>
-         <mxCell id="0vQu63eh7_hz7IOFjZfk-4" parent="1" style="swimlane;startSize=20;horizontal=0;html=1;fillColor=#fad7ac;strokeColor=#FF8000;strokeWidth=2;" value="Billing /&lt;br&gt;Accounts Receivable" vertex="1">
-           <mxGeometry height="230" width="1873" x="80" y="660" as="geometry">
-             <mxRectangle height="30" width="500" y="310" as="alternateBounds" />
-           </mxGeometry>
-         </mxCell>
-         <mxCell id="46-Umk2mzS9Czotzx1H9-12" parent="1" style="text;html=1;whiteSpace=wrap;strokeColor=none;fillColor=none;align=center;verticalAlign=middle;rounded=0;" value="&lt;b style=&quot;color: rgb(102, 204, 0);&quot;&gt;&lt;font style=&quot;font-size: 13px;&quot;&gt;Yes -&lt;br&gt;In Stock&lt;/font&gt;&lt;/b&gt;" vertex="1">
-           <mxGeometry height="30" width="80" x="480" y="460" as="geometry" />
+         <mxCell id="46-Umk2mzS9Czotzx1H9-12" parent="0vQu63eh7_hz7IOFjZfk-3" style="text;html=1;whiteSpace=wrap;strokeColor=none;fillColor=none;align=center;verticalAlign=middle;rounded=0;" value="&lt;b style=&quot;color: rgb(102, 204, 0);&quot;&gt;&lt;font style=&quot;font-size: 13px;&quot;&gt;Yes -&lt;br&gt;In Stock&lt;/font&gt;&lt;/b&gt;" vertex="1">
+           <mxGeometry height="30" width="80" x="398.5" y="30" as="geometry" />
        </mxCell>
      </root>
    </mxGraphModel>
  </diagram>
  <diagram id="ZDdy4ylPSpOC2Ge6VpiW" name="Page-2">
    <mxGraphModel dx="2066" dy="743" grid="1" gridSize="10" guides="1" tooltips="1" connect="1" arrows="1" fold="1" page="1" pageScale="1" pageWidth="1100" pageHeight="850" math="0" shadow="0">
      <root>
        <mxCell id="0" />
        <mxCell id="1" parent="0" />
        <mxCell id="_GW_QHAqRueJzuYdTQVs-1" parent="1" style="swimlane;startSize=20;horizontal=0;html=1;fillColor=#e1d5e7;strokeColor=#9933FF;strokeWidth=2;" value="Warehouse Separtment" vertex="1">
          <mxGeometry height="270" width="1330" x="110" y="150" as="geometry" />
        </mxCell>
        <mxCell id="JTW380UVqBL9k5zzlviH-1" parent="_GW_QHAqRueJzuYdTQVs-1" style="html=1;dashed=0;whiteSpace=wrap;fillColor=#f8cecc;gradientColor=#ea6b66;strokeColor=#6666FF;" value="&lt;font style=&quot;font-size: 13px; color: rgb(0, 0, 255);&quot;&gt;&lt;b&gt;Goods Dispatched to Customer&lt;/b&gt;&lt;/font&gt;" vertex="1">
          <mxGeometry height="50" width="100" x="220" y="75" as="geometry" />
        </mxCell>
        <mxCell id="Y0x97Svv89Kf0asxUhHi-3" edge="1" parent="_GW_QHAqRueJzuYdTQVs-1" source="Y0x97Svv89Kf0asxUhHi-1" style="edgeStyle=orthogonalEdgeStyle;rounded=0;orthogonalLoop=1;jettySize=auto;html=1;exitX=0.5;exitY=1;exitDx=0;exitDy=0;entryX=0;entryY=0.5;entryDx=0;entryDy=0;strokeWidth=2;strokeColor=#0000FF;" target="JTW380UVqBL9k5zzlviH-1">
          <mxGeometry relative="1" as="geometry" />
        </mxCell>
        <mxCell id="Y0x97Svv89Kf0asxUhHi-1" parent="_GW_QHAqRueJzuYdTQVs-1" style="shape=offPageConnector;whiteSpace=wrap;html=1;direction=north;strokeColor=#6666FF;fillColor=#E11998;align=left;" value="&lt;b style=&quot;color: rgb(0, 0, 255); font-size: 13px; text-wrap-mode: nowrap;&quot;&gt;Continued&lt;br&gt;&amp;nbsp;Page 2&lt;/b&gt;" vertex="1">
          <mxGeometry height="80" width="80" x="70" y="60" as="geometry" />
        </mxCell>
        <mxCell id="VSqCA1LAcqbEIX1a-AIG-1" parent="1" style="swimlane;startSize=20;horizontal=0;html=1;whiteSpace=wrap;fillColor=#ffcc99;strokeColor=#FF9933;strokeWidth=2;" value="&lt;span style=&quot;text-wrap-mode: nowrap;&quot;&gt;Billing /&lt;/span&gt;&lt;br style=&quot;text-wrap-mode: nowrap;&quot;&gt;&lt;span style=&quot;text-wrap-mode: nowrap;&quot;&gt;Accounts Receivable&lt;/span&gt;" vertex="1">
          <mxGeometry height="170" width="1330" x="110" y="420" as="geometry" />
        </mxCell>
        <mxCell id="KsxiR5SY5I83CpnIQ7mC-4" edge="1" parent="VSqCA1LAcqbEIX1a-AIG-1" source="2IOCe_ZcG10jMQKezpJ2-1" style="edgeStyle=orthogonalEdgeStyle;rounded=0;orthogonalLoop=1;jettySize=auto;html=1;exitX=1;exitY=0.5;exitDx=0;exitDy=0;entryX=0;entryY=0.5;entryDx=0;entryDy=0;strokeColor=#0000FF;strokeWidth=2;" target="2IOCe_ZcG10jMQKezpJ2-2">
          <mxGeometry relative="1" as="geometry" />
        </mxCell>
        <mxCell id="2IOCe_ZcG10jMQKezpJ2-1" parent="VSqCA1LAcqbEIX1a-AIG-1" style="html=1;dashed=0;whiteSpace=wrap;strokeWidth=2;fillColor=#f8cecc;gradientColor=#ea6b66;strokeColor=#6666FF;" value="&lt;b&gt;&lt;font style=&quot;font-size: 13px; color: rgb(0, 0, 255);&quot;&gt;Dispatch Confirmation Received&lt;/font&gt;&lt;/b&gt;" vertex="1">
          <mxGeometry height="50" width="100" x="50" y="50" as="geometry" />
        </mxCell>
        <mxCell id="KsxiR5SY5I83CpnIQ7mC-5" edge="1" parent="VSqCA1LAcqbEIX1a-AIG-1" source="2IOCe_ZcG10jMQKezpJ2-2" style="edgeStyle=orthogonalEdgeStyle;rounded=0;orthogonalLoop=1;jettySize=auto;html=1;exitX=1;exitY=0.5;exitDx=0;exitDy=0;entryX=0;entryY=0.5;entryDx=0;entryDy=0;strokeColor=#0000FF;strokeWidth=2;" target="dAGMuh-EUK1Y8pTE6-PC-2">
          <mxGeometry relative="1" as="geometry" />
        </mxCell>
        <mxCell id="2IOCe_ZcG10jMQKezpJ2-2" parent="VSqCA1LAcqbEIX1a-AIG-1" style="shape=document;whiteSpace=wrap;html=1;boundedLbl=1;fillColor=#ffff88;strokeColor=#6666FF;strokeWidth=2;" value="&lt;font style=&quot;font-size: 13px; color: rgb(0, 0, 255);&quot;&gt;&lt;b&gt;Invoice Generated &amp;amp; Sent to Customer&lt;/b&gt;&lt;/font&gt;" vertex="1">
          <mxGeometry height="80" width="120" x="229" y="35" as="geometry" />
        </mxCell>
        <mxCell id="KsxiR5SY5I83CpnIQ7mC-6" edge="1" parent="VSqCA1LAcqbEIX1a-AIG-1" source="dAGMuh-EUK1Y8pTE6-PC-2" style="edgeStyle=orthogonalEdgeStyle;rounded=0;orthogonalLoop=1;jettySize=auto;html=1;exitX=1;exitY=0.5;exitDx=0;exitDy=0;entryX=0;entryY=0.5;entryDx=0;entryDy=0;strokeColor=#0000FF;strokeWidth=2;" target="dAGMuh-EUK1Y8pTE6-PC-4">
          <mxGeometry relative="1" as="geometry" />
        </mxCell>
        <mxCell id="dAGMuh-EUK1Y8pTE6-PC-2" parent="VSqCA1LAcqbEIX1a-AIG-1" style="html=1;dashed=0;whiteSpace=wrap;strokeWidth=2;fillColor=#f8cecc;gradientColor=#ea6b66;strokeColor=#6666FF;" value="&lt;b&gt;&lt;font style=&quot;font-size: 13px; color: rgb(0, 0, 255);&quot;&gt;Payment Received from Customer&lt;/font&gt;&lt;/b&gt;" vertex="1">
          <mxGeometry height="50" width="110" x="423" y="50" as="geometry" />
        </mxCell>
        <mxCell id="KsxiR5SY5I83CpnIQ7mC-8" edge="1" parent="VSqCA1LAcqbEIX1a-AIG-1" source="dAGMuh-EUK1Y8pTE6-PC-4" style="edgeStyle=orthogonalEdgeStyle;rounded=0;orthogonalLoop=1;jettySize=auto;html=1;exitX=1;exitY=0.5;exitDx=0;exitDy=0;entryX=0;entryY=0.5;entryDx=0;entryDy=0;strokeColor=#0000FF;strokeWidth=2;" target="dAGMuh-EUK1Y8pTE6-PC-6">
          <mxGeometry relative="1" as="geometry" />
        </mxCell>
        <mxCell id="dAGMuh-EUK1Y8pTE6-PC-4" parent="VSqCA1LAcqbEIX1a-AIG-1" style="shape=document;whiteSpace=wrap;html=1;boundedLbl=1;fillColor=#ffff88;strokeColor=#6666FF;strokeWidth=2;" value="&lt;font style=&quot;font-size: 13px; color: rgb(0, 0, 255);&quot;&gt;&lt;b&gt;Remittance Advice Recorded&lt;/b&gt;&lt;/font&gt;" vertex="1">
          <mxGeometry height="75" width="110" x="611" y="37.5" as="geometry" />
        </mxCell>
        <mxCell id="dAGMuh-EUK1Y8pTE6-PC-6" parent="VSqCA1LAcqbEIX1a-AIG-1" style="html=1;dashed=0;whiteSpace=wrap;strokeWidth=2;fillColor=#f8cecc;gradientColor=#ea6b66;strokeColor=#6666FF;" value="&lt;b&gt;&lt;font style=&quot;font-size: 13px; color: rgb(0, 0, 255);&quot;&gt;Cash Posted to Accounts Receivable&lt;/font&gt;&lt;/b&gt;" vertex="1">
          <mxGeometry height="50" width="110" x="800" y="50" as="geometry" />
        </mxCell>
        <mxCell id="dAGMuh-EUK1Y8pTE6-PC-8" parent="VSqCA1LAcqbEIX1a-AIG-1" style="strokeWidth=2;html=1;shape=mxgraph.flowchart.terminator;whiteSpace=wrap;fillColor=#d5e8d4;gradientColor=#97d077;strokeColor=#66B2FF;" value="&lt;font style=&quot;font-size: 13px; color: rgb(0, 0, 255);&quot;&gt;&lt;b&gt;END&lt;/b&gt;&lt;/font&gt;" vertex="1">
          <mxGeometry height="45" width="90" x="980" y="50" as="geometry" />
        </mxCell>
        <mxCell id="uHHicwT-v_B4AunEQLIp-2" edge="1" parent="VSqCA1LAcqbEIX1a-AIG-1" source="dAGMuh-EUK1Y8pTE6-PC-6" style="edgeStyle=orthogonalEdgeStyle;rounded=0;orthogonalLoop=1;jettySize=auto;html=1;exitX=1;exitY=0.5;exitDx=0;exitDy=0;entryX=0.111;entryY=0.556;entryDx=0;entryDy=0;entryPerimeter=0;strokeWidth=2;strokeColor=#0000FF;" target="dAGMuh-EUK1Y8pTE6-PC-8">
          <mxGeometry relative="1" as="geometry" />
        </mxCell>
        <mxCell id="dAGMuh-EUK1Y8pTE6-PC-10" edge="1" parent="1" source="JTW380UVqBL9k5zzlviH-1" style="edgeStyle=orthogonalEdgeStyle;rounded=0;orthogonalLoop=1;jettySize=auto;html=1;exitX=0.5;exitY=1;exitDx=0;exitDy=0;entryX=0.5;entryY=0;entryDx=0;entryDy=0;strokeColor=#0000FF;strokeWidth=3;" target="2IOCe_ZcG10jMQKezpJ2-1">
          <mxGeometry relative="1" as="geometry" />
        </mxCell>
+         <mxCell id="Vm9v1WHijWWdkQHgRR_g-1" parent="1" style="text;html=1;whiteSpace=wrap;strokeColor=none;fillColor=none;align=center;verticalAlign=middle;rounded=0;" value="&lt;div style=&quot;font-size: 18px; font-weight: 700; text-align: left;&quot;&gt;ACCT 341&lt;/div&gt;&lt;span style=&quot;font-size: 18px; font-weight: 700; text-align: left;&quot;&gt;Name：Miaoqing ZHeng&lt;/span&gt;&lt;div style=&quot;font-size: 18px; font-weight: 700; text-align: left;&quot;&gt;ID: 23296511&lt;/div&gt;" vertex="1">
+           <mxGeometry height="30" width="220" x="140" y="60" as="geometry" />
+         </mxCell>
      </root>
    </mxGraphModel>
  </diagram>
</mxfile>
